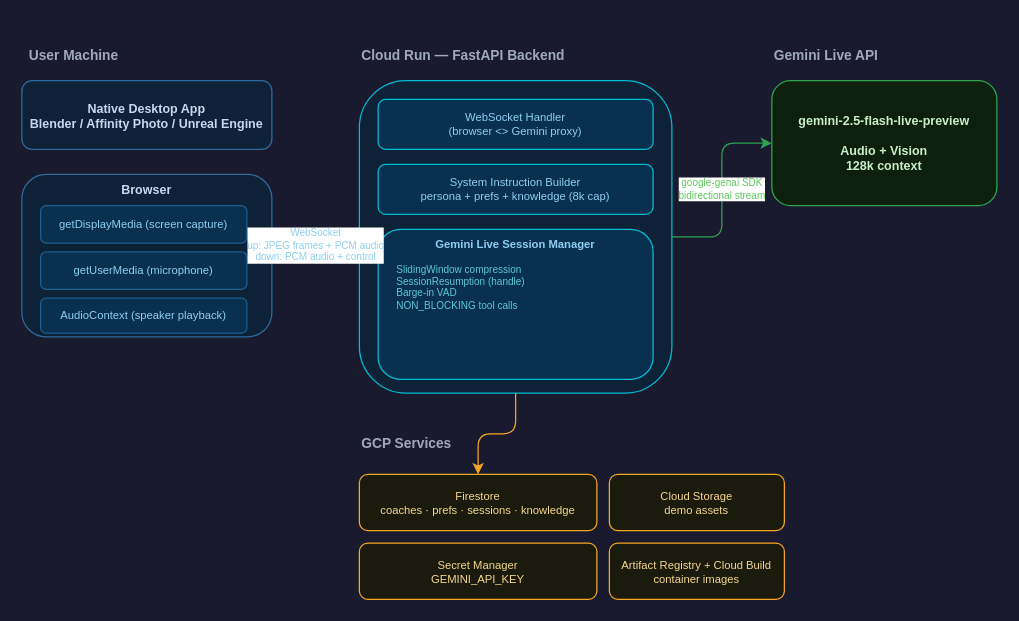
Before: demo/architecture.drawio in TheIllusionOfLife/ExpertLens, a draw.io diagram. Source tidied: cells renumbered, new cells numbered last; positions are measured from the earlier drawing's top-left corner, leaving out a move shared by most shapes. Both pictures are drawn from the tidied source at 125%, with x=0, y=0 at pixel (21, 36).
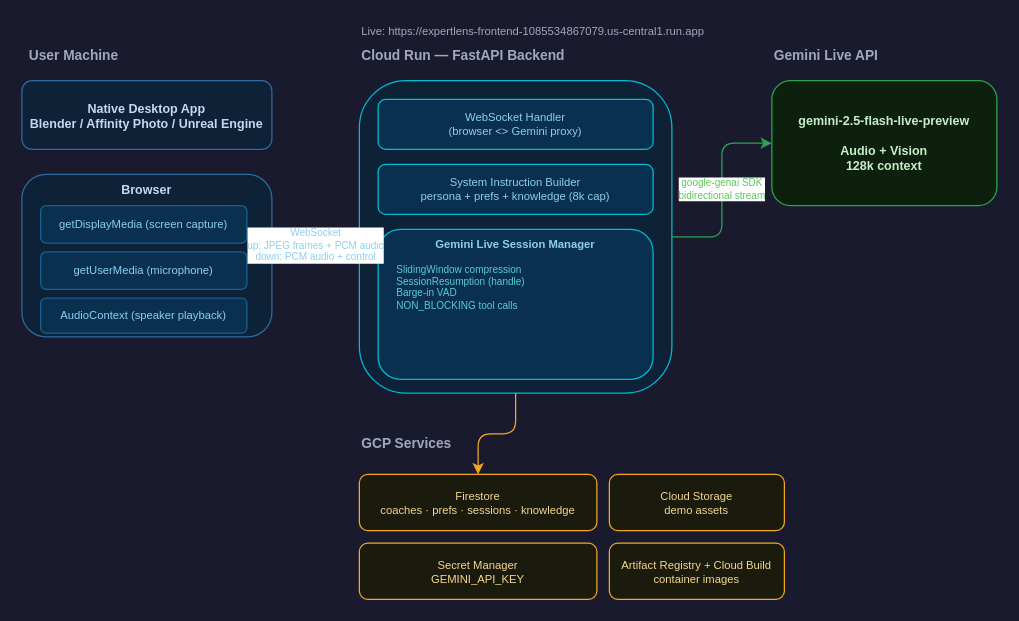
The same page after the edit.

Diff of the diagram source:
```diff
@@
+    <mxCell id="24" value="Live: https://expertlens-frontend-1085534867079.us-central1.run.app" style="text;html=1;strokeColor=none;fillColor=none;align=left;verticalAlign=middle;fontSize=9;fontColor=#a0a8c0;" parent="1" vertex="1">
+      <mxGeometry x="270" y="-12" width="440" height="16" as="geometry" />
+    </mxCell>
```
